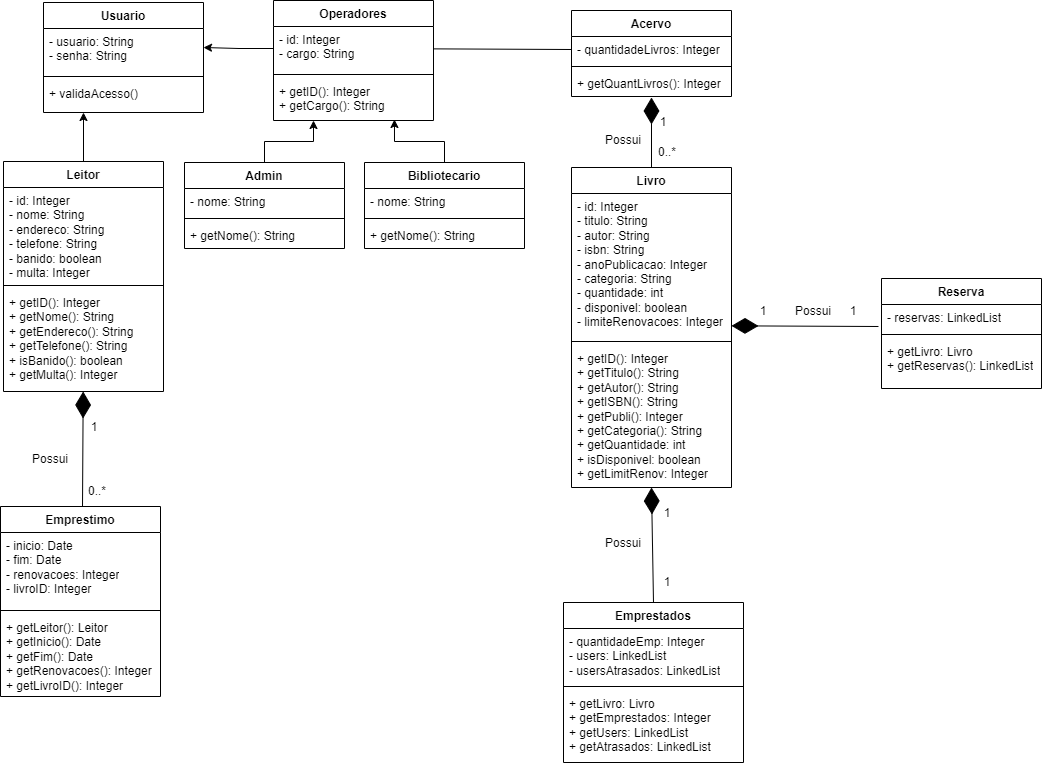
Earlier version of the draw.io export doc/DiagramaClasses.png (micaelmz/library-management-system). Source tidied: cells renumbered, new cells last; positions are measured from the earlier drawing's top-left corner, leaving out a move shared by most shapes.
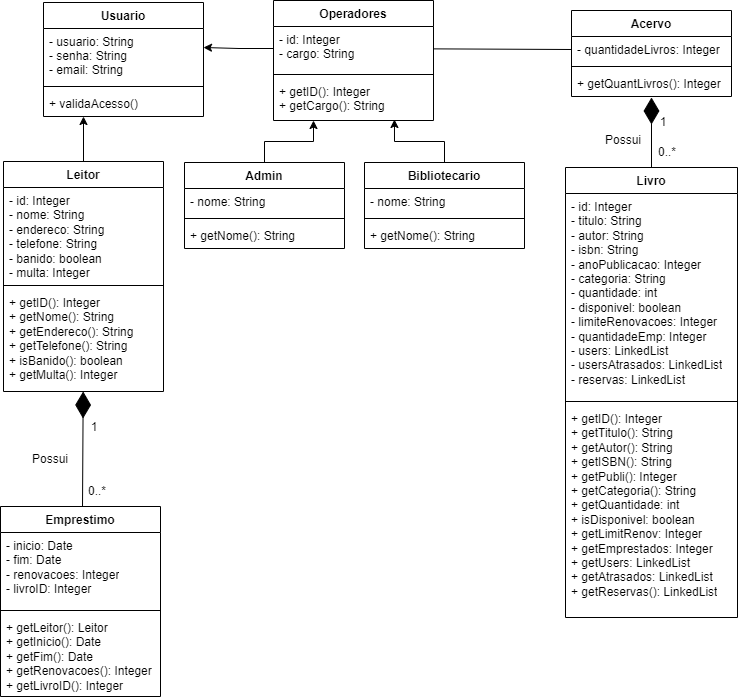
The same diagram one commit later.

Commit message:
📚docs: Atualização no Diagrama de Classes

What changed in the source:
```diff
@@ -3,16 +3,16 @@
     <mxCell id="0" />
     <mxCell id="1" parent="0" />
     <mxCell id="2" value="Usuario" style="swimlane;fontStyle=1;align=center;verticalAlign=top;horizontal=1;startSize=26;rounded=0;shadow=0;strokeWidth=1;labelBackgroundColor=none;" parent="1" vertex="1">
-      <mxGeometry x="43" y="2" width="160" height="110" as="geometry" />
+      <mxGeometry x="43" y="2" width="160" height="114" as="geometry" />
     </mxCell>
-    <mxCell id="3" value="- usuario: String&#10;- senha: String" style="text;align=left;verticalAlign=top;spacingLeft=4;spacingRight=4;overflow=hidden;labelBackgroundColor=none;" parent="2" vertex="1">
-      <mxGeometry y="26" width="160" height="44" as="geometry" />
+    <mxCell id="3" value="- usuario: String&#10;- senha: String&#10;- email: String" style="text;align=left;verticalAlign=top;spacingLeft=4;spacingRight=4;overflow=hidden;labelBackgroundColor=none;" parent="2" vertex="1">
+      <mxGeometry y="26" width="160" height="54" as="geometry" />
     </mxCell>
     <mxCell id="4" style="line;html=1;strokeWidth=1;align=left;verticalAlign=middle;spacingTop=-1;spacingLeft=3;spacingRight=3;labelPosition=right;labelBackgroundColor=none;" parent="2" vertex="1">
-      <mxGeometry y="70" width="160" height="8" as="geometry" />
+      <mxGeometry y="80" width="160" height="8" as="geometry" />
     </mxCell>
     <mxCell id="5" value="+ validaAcesso()" style="text;align=left;verticalAlign=top;spacingLeft=4;spacingRight=4;overflow=hidden;labelBackgroundColor=none;" parent="2" vertex="1">
-      <mxGeometry y="78" width="160" height="26" as="geometry" />
+      <mxGeometry y="88" width="160" height="26" as="geometry" />
     </mxCell>
     <mxCell id="6" style="edgeStyle=orthogonalEdgeStyle;rounded=0;jettySize=auto;html=1;entryX=0.25;entryY=1;entryDx=0;entryDy=0;labelBackgroundColor=none;fontColor=default;" parent="1" edge="1" source="7" target="2">
       <mxGeometry relative="1" as="geometry" />
@@ -60,16 +60,16 @@
       <mxGeometry y="60" width="160" height="26" as="geometry" />
     </mxCell>
     <mxCell id="21" value="Livro" style="swimlane;fontStyle=1;align=center;verticalAlign=top;horizontal=1;startSize=26;whiteSpace=wrap;html=1;labelBackgroundColor=none;" parent="1" vertex="1">
-      <mxGeometry x="571" y="167" width="160" height="320" as="geometry" />
+      <mxGeometry x="565" y="167" width="172" height="450" as="geometry" />
     </mxCell>
-    <mxCell id="22" value="- id: Integer&lt;br&gt;- titulo: String&lt;br&gt;- autor: String&lt;br&gt;- isbn: String&lt;br&gt;- anoPublicacao: Integer&lt;br&gt;- categoria: String&lt;br&gt;- quantidade: int&lt;br&gt;- disponivel: boolean&lt;br&gt;- limiteRenovacoes: Integer" style="text;strokeColor=none;fillColor=none;align=left;verticalAlign=top;spacingLeft=4;spacingRight=4;overflow=hidden;points=[[0,0.5],[1,0.5]];portConstraint=eastwest;whiteSpace=wrap;html=1;labelBackgroundColor=none;" parent="21" vertex="1">
-      <mxGeometry y="26" width="160" height="144" as="geometry" />
+    <mxCell id="22" value="- id: Integer&lt;br&gt;- titulo: String&lt;br&gt;- autor: String&lt;br&gt;- isbn: String&lt;br&gt;- anoPublicacao: Integer&lt;br&gt;- categoria: String&lt;br&gt;- quantidade: int&lt;br&gt;- disponivel: boolean&lt;br&gt;- limiteRenovacoes: Integer&lt;br&gt;- quantidadeEmp: Integer&lt;br style=&quot;border-color: var(--border-color);&quot;&gt;- users: LinkedList&lt;br style=&quot;border-color: var(--border-color);&quot;&gt;- usersAtrasados: LinkedList&lt;br&gt;- reservas: LinkedList" style="text;strokeColor=none;fillColor=none;align=left;verticalAlign=top;spacingLeft=4;spacingRight=4;overflow=hidden;points=[[0,0.5],[1,0.5]];portConstraint=eastwest;whiteSpace=wrap;html=1;labelBackgroundColor=none;" parent="21" vertex="1">
+      <mxGeometry y="26" width="172" height="204" as="geometry" />
     </mxCell>
     <mxCell id="23" style="line;strokeWidth=1;fillColor=none;align=left;verticalAlign=middle;spacingTop=-1;spacingLeft=3;spacingRight=3;labelPosition=right;labelBackgroundColor=none;" parent="21" vertex="1">
-      <mxGeometry y="170" width="160" height="8" as="geometry" />
+      <mxGeometry y="230" width="172" height="8" as="geometry" />
     </mxCell>
-    <mxCell id="24" value="+ getID(): Integer&lt;br&gt;+ getTitulo(): String&lt;br&gt;+ getAutor(): String&lt;br&gt;+ getISBN(): String&lt;br&gt;+ getPubli(): Integer&lt;br&gt;+ getCategoria(): String&lt;br&gt;+ getQuantidade: int&lt;br&gt;+ isDisponivel: boolean&lt;br&gt;+ getLimitRenov: Integer" style="text;strokeColor=none;fillColor=none;align=left;verticalAlign=top;spacingLeft=4;spacingRight=4;overflow=hidden;whiteSpace=wrap;html=1;labelBackgroundColor=none;" parent="21" vertex="1">
-      <mxGeometry y="178" width="160" height="142" as="geometry" />
+    <mxCell id="24" value="+ getID(): Integer&lt;br&gt;+ getTitulo(): String&lt;br&gt;+ getAutor(): String&lt;br&gt;+ getISBN(): String&lt;br&gt;+ getPubli(): Integer&lt;br&gt;+ getCategoria(): String&lt;br&gt;+ getQuantidade: int&lt;br&gt;+ isDisponivel: boolean&lt;br&gt;+ getLimitRenov: Integer&lt;br&gt;+ getEmprestados: Integer&lt;br style=&quot;border-color: var(--border-color);&quot;&gt;+ getUsers: LinkedList&lt;br style=&quot;border-color: var(--border-color);&quot;&gt;+ getAtrasados: LinkedList&lt;br&gt;+ getReservas(): LinkedList" style="text;strokeColor=none;fillColor=none;align=left;verticalAlign=top;spacingLeft=4;spacingRight=4;overflow=hidden;whiteSpace=wrap;html=1;labelBackgroundColor=none;" parent="21" vertex="1">
+      <mxGeometry y="238" width="172" height="212" as="geometry" />
     </mxCell>
     <mxCell id="25" style="endArrow=diamondThin;endFill=1;endSize=24;html=1;rounded=0;exitX=0.25;exitY=1;exitDx=0;exitDy=0;labelBackgroundColor=none;fontColor=default;" parent="1" edge="1" source="45" target="10">
       <mxGeometry relative="1" as="geometry" />
@@ -101,21 +101,6 @@
     <mxCell id="34" value="+ getLeitor(): Leitor&lt;br&gt;+ getInicio(): Date&lt;br&gt;+ getFim(): Date&lt;br&gt;+ getRenovacoes(): Integer&lt;br style=&quot;border-color: var(--border-color);&quot;&gt;+ getLivroID(): Integer" style="text;strokeColor=none;fillColor=none;align=left;verticalAlign=top;spacingLeft=4;spacingRight=4;overflow=hidden;whiteSpace=wrap;html=1;labelBackgroundColor=none;" parent="31" vertex="1">
       <mxGeometry y="108" width="160" height="82" as="geometry" />
     </mxCell>
-    <mxCell id="35" value="Reserva" style="swimlane;fontStyle=1;align=center;verticalAlign=top;horizontal=1;startSize=26;whiteSpace=wrap;html=1;labelBackgroundColor=none;" parent="1" vertex="1">
-      <mxGeometry x="881" y="278" width="160" height="110" as="geometry" />
-    </mxCell>
-    <mxCell id="36" value="- reservas: LinkedList" style="text;strokeColor=none;fillColor=none;align=left;verticalAlign=top;spacingLeft=4;spacingRight=4;overflow=hidden;points=[[0,0.5],[1,0.5]];portConstraint=eastwest;whiteSpace=wrap;html=1;labelBackgroundColor=none;" parent="35" vertex="1">
-      <mxGeometry y="26" width="160" height="26" as="geometry" />
-    </mxCell>
-    <mxCell id="37" style="line;strokeWidth=1;fillColor=none;align=left;verticalAlign=middle;spacingTop=-1;spacingLeft=3;spacingRight=3;labelPosition=right;labelBackgroundColor=none;" parent="35" vertex="1">
-      <mxGeometry y="52" width="160" height="8" as="geometry" />
-    </mxCell>
-    <mxCell id="38" value="+ getLivro: Livro&lt;br&gt;+ getReservas(): LinkedList" style="text;strokeColor=none;fillColor=none;align=left;verticalAlign=top;spacingLeft=4;spacingRight=4;overflow=hidden;whiteSpace=wrap;html=1;labelBackgroundColor=none;" parent="35" vertex="1">
-      <mxGeometry y="60" width="160" height="50" as="geometry" />
-    </mxCell>
-    <mxCell id="39" style="endArrow=diamondThin;endFill=1;endSize=24;html=1;rounded=0;exitX=-0.019;exitY=0.846;exitDx=0;exitDy=0;exitPerimeter=0;labelBackgroundColor=none;fontColor=default;entryX=1;entryY=0.919;entryDx=0;entryDy=0;entryPerimeter=0;" parent="1" edge="1" source="36" target="22">
-      <mxGeometry relative="1" as="geometry" />
-    </mxCell>
     <mxCell id="40" value="Operadores" style="swimlane;fontStyle=1;align=center;verticalAlign=top;horizontal=1;startSize=26;whiteSpace=wrap;html=1;labelBackgroundColor=none;" parent="1" vertex="1">
       <mxGeometry x="273" width="160" height="120" as="geometry" />
     </mxCell>
@@ -142,39 +127,9 @@
     <mxCell id="47" value="Possui" style="text;html=1;strokeColor=none;fillColor=none;align=center;verticalAlign=middle;whiteSpace=wrap;rounded=0;" parent="1" vertex="1">
       <mxGeometry x="20" y="444" width="60" height="30" as="geometry" />
     </mxCell>
-    <mxCell id="48" value="Possui" style="text;html=1;strokeColor=none;fillColor=none;align=center;verticalAlign=middle;whiteSpace=wrap;rounded=0;" parent="1" vertex="1">
-      <mxGeometry x="783" y="296" width="60" height="30" as="geometry" />
-    </mxCell>
-    <mxCell id="49" value="1" style="text;html=1;strokeColor=none;fillColor=none;align=center;verticalAlign=middle;whiteSpace=wrap;rounded=0;" parent="1" vertex="1">
-      <mxGeometry x="733" y="296" width="60" height="30" as="geometry" />
-    </mxCell>
     <mxCell id="50" value="1" style="text;html=1;strokeColor=none;fillColor=none;align=center;verticalAlign=middle;whiteSpace=wrap;rounded=0;" parent="1" vertex="1">
       <mxGeometry x="633" y="107" width="60" height="30" as="geometry" />
     </mxCell>
-    <mxCell id="51" value="Emprestados" style="swimlane;fontStyle=1;align=center;verticalAlign=top;horizontal=1;startSize=26;whiteSpace=wrap;html=1;labelBackgroundColor=none;" parent="1" vertex="1">
-      <mxGeometry x="563" y="602" width="180" height="160" as="geometry" />
-    </mxCell>
-    <mxCell id="52" value="- quantidadeEmp: Integer&lt;br&gt;- users: LinkedList&lt;br&gt;- usersAtrasados: LinkedList" style="text;strokeColor=none;fillColor=none;align=left;verticalAlign=top;spacingLeft=4;spacingRight=4;overflow=hidden;whiteSpace=wrap;html=1;labelBackgroundColor=none;" parent="51" vertex="1">
-      <mxGeometry y="26" width="180" height="54" as="geometry" />
-    </mxCell>
-    <mxCell id="53" style="line;strokeWidth=1;fillColor=none;align=left;verticalAlign=middle;spacingTop=-1;spacingLeft=3;spacingRight=3;labelPosition=right;labelBackgroundColor=none;" parent="51" vertex="1">
-      <mxGeometry y="80" width="180" height="8" as="geometry" />
-    </mxCell>
-    <mxCell id="54" value="+ getLivro: Livro&lt;br&gt;+ getEmprestados: Integer&lt;br style=&quot;border-color: var(--border-color);&quot;&gt;+ getUsers: LinkedList&lt;br style=&quot;border-color: var(--border-color);&quot;&gt;+ getAtrasados: LinkedList" style="text;strokeColor=none;fillColor=none;align=left;verticalAlign=top;spacingLeft=4;spacingRight=4;overflow=hidden;whiteSpace=wrap;html=1;labelBackgroundColor=none;" parent="51" vertex="1">
-      <mxGeometry y="88" width="180" height="72" as="geometry" />
-    </mxCell>
-    <mxCell id="55" style="endArrow=diamondThin;endFill=1;endSize=24;html=1;rounded=0;exitX=0.5;exitY=0;exitDx=0;exitDy=0;labelBackgroundColor=none;fontColor=default;entryX=0.5;entryY=1;entryDx=0;entryDy=0;" parent="1" edge="1" source="51" target="21">
-      <mxGeometry relative="1" as="geometry" />
-    </mxCell>
-    <mxCell id="56" value="Possui" style="text;html=1;strokeColor=none;fillColor=none;align=center;verticalAlign=middle;whiteSpace=wrap;rounded=0;" parent="1" vertex="1">
-      <mxGeometry x="593" y="528" width="60" height="30" as="geometry" />
-    </mxCell>
-    <mxCell id="57" value="1" style="text;html=1;strokeColor=none;fillColor=none;align=center;verticalAlign=middle;whiteSpace=wrap;rounded=0;" parent="1" vertex="1">
-      <mxGeometry x="637" y="498" width="60" height="30" as="geometry" />
-    </mxCell>
-    <mxCell id="58" value="1" style="text;html=1;strokeColor=none;fillColor=none;align=center;verticalAlign=middle;whiteSpace=wrap;rounded=0;" parent="1" vertex="1">
-      <mxGeometry x="637" y="567" width="60" height="30" as="geometry" />
-    </mxCell>
     <mxCell id="59" value="Possui" style="text;html=1;strokeColor=none;fillColor=none;align=center;verticalAlign=middle;whiteSpace=wrap;rounded=0;" parent="1" vertex="1">
       <mxGeometry x="593" y="125" width="60" height="30" as="geometry" />
     </mxCell>
@@ -184,8 +139,5 @@
     <mxCell id="61" style="endArrow=none;html=1;rounded=0;entryX=0;entryY=0.5;entryDx=0;entryDy=0;" parent="1" edge="1" source="41" target="27">
       <mxGeometry relative="1" as="geometry" />
     </mxCell>
-    <mxCell id="62" value="1" style="text;html=1;strokeColor=none;fillColor=none;align=center;verticalAlign=middle;whiteSpace=wrap;rounded=0;" parent="1" vertex="1">
-      <mxGeometry x="823" y="296" width="60" height="30" as="geometry" />
-    </mxCell>
   </root>
 </mxGraphModel>
```
